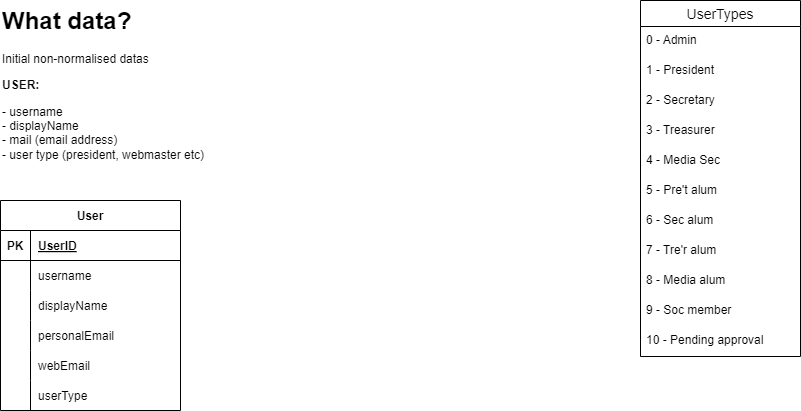
Earlier version of the draw.io export documentation/diagrams/data design/exported/er-diagram.png (matthew-townson/Open-Societyware). Source tidied: cells renumbered, new cells last; positions are measured from the earlier drawing's top-left corner, leaving out a move shared by most shapes. Source of this version:
```xml
<mxGraphModel>
  <root>
    <mxCell id="0" />
    <mxCell id="1" parent="0" />
    <mxCell id="2" value="&lt;h1 style=&quot;margin-top: 0px;&quot;&gt;What data?&lt;/h1&gt;&lt;p&gt;Initial non-normalised datas&lt;/p&gt;&lt;p&gt;&lt;b&gt;USER:&lt;/b&gt;&lt;/p&gt;&lt;p&gt;- username&lt;br&gt;- displayName&lt;br&gt;- mail (email address)&lt;br&gt;- user type (president, webmaster etc)&lt;/p&gt;" style="text;html=1;whiteSpace=wrap;overflow=hidden;rounded=0;" parent="1" vertex="1">
      <mxGeometry width="270" height="260" as="geometry" />
    </mxCell>
    <mxCell id="3" value="User" style="shape=table;startSize=30;rowLines=0;fontStyle=1;align=center;" parent="1" vertex="1">
      <mxGeometry y="200" width="180" height="210" as="geometry" />
    </mxCell>
    <mxCell id="4" style="shape=tableRow;horizontal=0;startSize=0;swimlaneHead=0;swimlaneBody=0;fillColor=none;top=0;left=0;right=0;bottom=1;" parent="3" vertex="1">
      <mxGeometry y="30" width="180" height="30" as="geometry" />
    </mxCell>
    <mxCell id="5" value="PK" style="shape=partialRectangle;fillColor=none;top=0;left=0;bottom=0;right=0;fontStyle=1;overflow=hidden;" parent="4" vertex="1">
      <mxGeometry width="30" height="30" as="geometry" />
    </mxCell>
    <mxCell id="6" value="UserID" style="shape=partialRectangle;fillColor=none;top=0;left=0;bottom=0;right=0;align=left;spacingLeft=6;fontStyle=5;overflow=hidden;" parent="4" vertex="1">
      <mxGeometry x="30" width="150" height="30" as="geometry" />
    </mxCell>
    <mxCell id="7" style="shape=tableRow;horizontal=0;startSize=0;swimlaneHead=0;swimlaneBody=0;fillColor=none;top=0;left=0;right=0;bottom=0;" parent="3" vertex="1">
      <mxGeometry y="60" width="180" height="30" as="geometry" />
    </mxCell>
    <mxCell id="8" style="shape=partialRectangle;fillColor=none;top=0;left=0;bottom=0;right=0;overflow=hidden;" parent="7" vertex="1">
      <mxGeometry width="30" height="30" as="geometry" />
    </mxCell>
    <mxCell id="9" value="username" style="shape=partialRectangle;fillColor=none;top=0;left=0;bottom=0;right=0;align=left;spacingLeft=6;overflow=hidden;" parent="7" vertex="1">
      <mxGeometry x="30" width="150" height="30" as="geometry" />
    </mxCell>
    <mxCell id="10" style="shape=tableRow;horizontal=0;startSize=0;swimlaneHead=0;swimlaneBody=0;fillColor=none;top=0;left=0;right=0;bottom=0;" parent="3" vertex="1">
      <mxGeometry y="90" width="180" height="30" as="geometry" />
    </mxCell>
    <mxCell id="11" style="shape=partialRectangle;fillColor=none;top=0;left=0;bottom=0;right=0;overflow=hidden;" parent="10" vertex="1">
      <mxGeometry width="30" height="30" as="geometry" />
    </mxCell>
    <mxCell id="12" value="displayName" style="shape=partialRectangle;fillColor=none;top=0;left=0;bottom=0;right=0;align=left;spacingLeft=6;overflow=hidden;" parent="10" vertex="1">
      <mxGeometry x="30" width="150" height="30" as="geometry" />
    </mxCell>
    <mxCell id="13" style="shape=tableRow;horizontal=0;startSize=0;swimlaneHead=0;swimlaneBody=0;fillColor=none;top=0;left=0;right=0;bottom=0;" parent="3" vertex="1">
      <mxGeometry y="120" width="180" height="30" as="geometry" />
    </mxCell>
    <mxCell id="14" style="shape=partialRectangle;fillColor=none;top=0;left=0;bottom=0;right=0;overflow=hidden;" parent="13" vertex="1">
      <mxGeometry width="30" height="30" as="geometry" />
    </mxCell>
    <mxCell id="15" value="personalEmail" style="shape=partialRectangle;fillColor=none;top=0;left=0;bottom=0;right=0;align=left;spacingLeft=6;overflow=hidden;" parent="13" vertex="1">
      <mxGeometry x="30" width="150" height="30" as="geometry" />
    </mxCell>
    <mxCell id="16" style="shape=tableRow;horizontal=0;startSize=0;swimlaneHead=0;swimlaneBody=0;fillColor=none;top=0;left=0;right=0;bottom=0;" parent="3" vertex="1">
      <mxGeometry y="150" width="180" height="30" as="geometry" />
    </mxCell>
    <mxCell id="17" style="shape=partialRectangle;fillColor=none;top=0;left=0;bottom=0;right=0;overflow=hidden;" parent="16" vertex="1">
      <mxGeometry width="30" height="30" as="geometry" />
    </mxCell>
    <mxCell id="18" value="webEmail" style="shape=partialRectangle;fillColor=none;top=0;left=0;bottom=0;right=0;align=left;spacingLeft=6;overflow=hidden;" parent="16" vertex="1">
      <mxGeometry x="30" width="150" height="30" as="geometry" />
    </mxCell>
    <mxCell id="19" style="shape=tableRow;horizontal=0;startSize=0;swimlaneHead=0;swimlaneBody=0;fillColor=none;top=0;left=0;right=0;bottom=0;" parent="3" vertex="1">
      <mxGeometry y="180" width="180" height="30" as="geometry" />
    </mxCell>
    <mxCell id="20" style="shape=partialRectangle;fillColor=none;top=0;left=0;bottom=0;right=0;overflow=hidden;" parent="19" vertex="1">
      <mxGeometry width="30" height="30" as="geometry" />
    </mxCell>
    <mxCell id="21" value="userType" style="shape=partialRectangle;fillColor=none;top=0;left=0;bottom=0;right=0;align=left;spacingLeft=6;overflow=hidden;" parent="19" vertex="1">
      <mxGeometry x="30" width="150" height="30" as="geometry" />
    </mxCell>
    <mxCell id="22" style="shape=partialRectangle;fillColor=none;top=0;left=0;bottom=0;right=0;overflow=hidden;" parent="1" vertex="1">
      <mxGeometry y="350" width="30" height="30" as="geometry" />
    </mxCell>
    <mxCell id="23" value="UserTypes" style="swimlane;fontStyle=0;horizontal=1;startSize=26;align=center;fontSize=14;" parent="1" vertex="1">
      <mxGeometry x="640" width="160" height="356" as="geometry" />
    </mxCell>
    <mxCell id="24" value="0 - Admin" style="text;strokeColor=none;fillColor=none;spacingLeft=4;spacingRight=4;overflow=hidden;fontSize=12;" parent="23" vertex="1">
      <mxGeometry y="26" width="160" height="30" as="geometry" />
    </mxCell>
    <mxCell id="25" value="1 - President" style="text;strokeColor=none;fillColor=none;spacingLeft=4;spacingRight=4;overflow=hidden;fontSize=12;" parent="23" vertex="1">
      <mxGeometry y="56" width="160" height="30" as="geometry" />
    </mxCell>
    <mxCell id="26" value="2 - Secretary" style="text;strokeColor=none;fillColor=none;spacingLeft=4;spacingRight=4;overflow=hidden;fontSize=12;" parent="23" vertex="1">
      <mxGeometry y="86" width="160" height="30" as="geometry" />
    </mxCell>
    <mxCell id="27" value="3 - Treasurer" style="text;strokeColor=none;fillColor=none;spacingLeft=4;spacingRight=4;overflow=hidden;fontSize=12;" parent="23" vertex="1">
      <mxGeometry y="116" width="160" height="30" as="geometry" />
    </mxCell>
    <mxCell id="28" value="4 - Media Sec" style="text;strokeColor=none;fillColor=none;spacingLeft=4;spacingRight=4;overflow=hidden;fontSize=12;" parent="23" vertex="1">
      <mxGeometry y="146" width="160" height="30" as="geometry" />
    </mxCell>
    <mxCell id="29" value="5 - Pre't alum" style="text;strokeColor=none;fillColor=none;spacingLeft=4;spacingRight=4;overflow=hidden;fontSize=12;" parent="23" vertex="1">
      <mxGeometry y="176" width="160" height="30" as="geometry" />
    </mxCell>
    <mxCell id="30" value="6 - Sec alum" style="text;strokeColor=none;fillColor=none;spacingLeft=4;spacingRight=4;overflow=hidden;fontSize=12;" parent="23" vertex="1">
      <mxGeometry y="206" width="160" height="30" as="geometry" />
    </mxCell>
    <mxCell id="31" value="7 - Tre'r alum" style="text;strokeColor=none;fillColor=none;spacingLeft=4;spacingRight=4;overflow=hidden;fontSize=12;" parent="23" vertex="1">
      <mxGeometry y="236" width="160" height="30" as="geometry" />
    </mxCell>
    <mxCell id="32" value="8 - Media alum" style="text;strokeColor=none;fillColor=none;spacingLeft=4;spacingRight=4;overflow=hidden;fontSize=12;" parent="23" vertex="1">
      <mxGeometry y="266" width="160" height="30" as="geometry" />
    </mxCell>
    <mxCell id="33" value="9 - Soc member" style="text;strokeColor=none;fillColor=none;spacingLeft=4;spacingRight=4;overflow=hidden;fontSize=12;" parent="23" vertex="1">
      <mxGeometry y="296" width="160" height="30" as="geometry" />
    </mxCell>
    <mxCell id="34" value="10 - Pending approval" style="text;strokeColor=none;fillColor=none;spacingLeft=4;spacingRight=4;overflow=hidden;fontSize=12;" parent="23" vertex="1">
      <mxGeometry y="326" width="160" height="30" as="geometry" />
    </mxCell>
  </root>
</mxGraphModel>
```
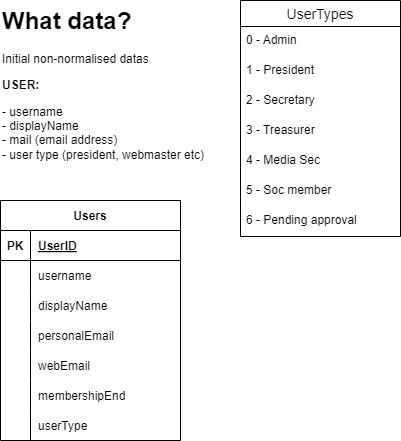
After the commit.

Commit message:
updated db design diagram

The edit, as a diff of the source:
```diff
@@ -5,8 +5,8 @@
     <mxCell id="2" value="&lt;h1 style=&quot;margin-top: 0px;&quot;&gt;What data?&lt;/h1&gt;&lt;p&gt;Initial non-normalised datas&lt;/p&gt;&lt;p&gt;&lt;b&gt;USER:&lt;/b&gt;&lt;/p&gt;&lt;p&gt;- username&lt;br&gt;- displayName&lt;br&gt;- mail (email address)&lt;br&gt;- user type (president, webmaster etc)&lt;/p&gt;" style="text;html=1;whiteSpace=wrap;overflow=hidden;rounded=0;" parent="1" vertex="1">
       <mxGeometry width="270" height="260" as="geometry" />
     </mxCell>
-    <mxCell id="3" value="User" style="shape=table;startSize=30;rowLines=0;fontStyle=1;align=center;" parent="1" vertex="1">
-      <mxGeometry y="200" width="180" height="210" as="geometry" />
+    <mxCell id="3" value="Users" style="shape=table;startSize=30;rowLines=0;fontStyle=1;align=center;" parent="1" vertex="1">
+      <mxGeometry y="200" width="180" height="240" as="geometry" />
     </mxCell>
     <mxCell id="4" style="shape=tableRow;horizontal=0;startSize=0;swimlaneHead=0;swimlaneBody=0;fillColor=none;top=0;left=0;right=0;bottom=1;" parent="3" vertex="1">
       <mxGeometry y="30" width="180" height="30" as="geometry" />
@@ -59,14 +59,23 @@
     <mxCell id="20" style="shape=partialRectangle;fillColor=none;top=0;left=0;bottom=0;right=0;overflow=hidden;" parent="19" vertex="1">
       <mxGeometry width="30" height="30" as="geometry" />
     </mxCell>
-    <mxCell id="21" value="userType" style="shape=partialRectangle;fillColor=none;top=0;left=0;bottom=0;right=0;align=left;spacingLeft=6;overflow=hidden;" parent="19" vertex="1">
+    <mxCell id="21" value="membershipEnd" style="shape=partialRectangle;fillColor=none;top=0;left=0;bottom=0;right=0;align=left;spacingLeft=6;overflow=hidden;" parent="19" vertex="1">
       <mxGeometry x="30" width="150" height="30" as="geometry" />
     </mxCell>
+    <mxCell id="35" style="shape=tableRow;horizontal=0;startSize=0;swimlaneHead=0;swimlaneBody=0;fillColor=none;top=0;left=0;right=0;bottom=0;" parent="3" vertex="1">
+      <mxGeometry y="210" width="180" height="30" as="geometry" />
+    </mxCell>
+    <mxCell id="36" style="shape=partialRectangle;fillColor=none;top=0;left=0;bottom=0;right=0;overflow=hidden;" parent="35" vertex="1">
+      <mxGeometry width="30" height="30" as="geometry" />
+    </mxCell>
+    <mxCell id="37" value="userType" style="shape=partialRectangle;fillColor=none;top=0;left=0;bottom=0;right=0;align=left;spacingLeft=6;overflow=hidden;" parent="35" vertex="1">
+      <mxGeometry x="30" width="150" height="30" as="geometry" />
+    </mxCell>
     <mxCell id="22" style="shape=partialRectangle;fillColor=none;top=0;left=0;bottom=0;right=0;overflow=hidden;" parent="1" vertex="1">
       <mxGeometry y="350" width="30" height="30" as="geometry" />
     </mxCell>
     <mxCell id="23" value="UserTypes" style="swimlane;fontStyle=0;horizontal=1;startSize=26;align=center;fontSize=14;" parent="1" vertex="1">
-      <mxGeometry x="640" width="160" height="356" as="geometry" />
+      <mxGeometry x="240" width="160" height="236" as="geometry" />
     </mxCell>
     <mxCell id="24" value="0 - Admin" style="text;strokeColor=none;fillColor=none;spacingLeft=4;spacingRight=4;overflow=hidden;fontSize=12;" parent="23" vertex="1">
       <mxGeometry y="26" width="160" height="30" as="geometry" />
@@ -83,23 +92,11 @@
     <mxCell id="28" value="4 - Media Sec" style="text;strokeColor=none;fillColor=none;spacingLeft=4;spacingRight=4;overflow=hidden;fontSize=12;" parent="23" vertex="1">
       <mxGeometry y="146" width="160" height="30" as="geometry" />
     </mxCell>
-    <mxCell id="29" value="5 - Pre't alum" style="text;strokeColor=none;fillColor=none;spacingLeft=4;spacingRight=4;overflow=hidden;fontSize=12;" parent="23" vertex="1">
-      <mxGeometry y="176" width="160" height="30" as="geometry" />
-    </mxCell>
-    <mxCell id="30" value="6 - Sec alum" style="text;strokeColor=none;fillColor=none;spacingLeft=4;spacingRight=4;overflow=hidden;fontSize=12;" parent="23" vertex="1">
-      <mxGeometry y="206" width="160" height="30" as="geometry" />
-    </mxCell>
-    <mxCell id="31" value="7 - Tre'r alum" style="text;strokeColor=none;fillColor=none;spacingLeft=4;spacingRight=4;overflow=hidden;fontSize=12;" parent="23" vertex="1">
-      <mxGeometry y="236" width="160" height="30" as="geometry" />
-    </mxCell>
-    <mxCell id="32" value="8 - Media alum" style="text;strokeColor=none;fillColor=none;spacingLeft=4;spacingRight=4;overflow=hidden;fontSize=12;" parent="23" vertex="1">
-      <mxGeometry y="266" width="160" height="30" as="geometry" />
-    </mxCell>
-    <mxCell id="33" value="9 - Soc member" style="text;strokeColor=none;fillColor=none;spacingLeft=4;spacingRight=4;overflow=hidden;fontSize=12;" parent="23" vertex="1">
-      <mxGeometry y="296" width="160" height="30" as="geometry" />
+    <mxCell id="33" value="5 - Soc member" style="text;strokeColor=none;fillColor=none;spacingLeft=4;spacingRight=4;overflow=hidden;fontSize=12;" parent="23" vertex="1">
+      <mxGeometry y="176" width="160" height="30" as="geometry" />
     </mxCell>
-    <mxCell id="34" value="10 - Pending approval" style="text;strokeColor=none;fillColor=none;spacingLeft=4;spacingRight=4;overflow=hidden;fontSize=12;" parent="23" vertex="1">
-      <mxGeometry y="326" width="160" height="30" as="geometry" />
+    <mxCell id="34" value="6 - Pending approval" style="text;strokeColor=none;fillColor=none;spacingLeft=4;spacingRight=4;overflow=hidden;fontSize=12;" parent="23" vertex="1">
+      <mxGeometry y="206" width="160" height="30" as="geometry" />
     </mxCell>
   </root>
 </mxGraphModel>
```
